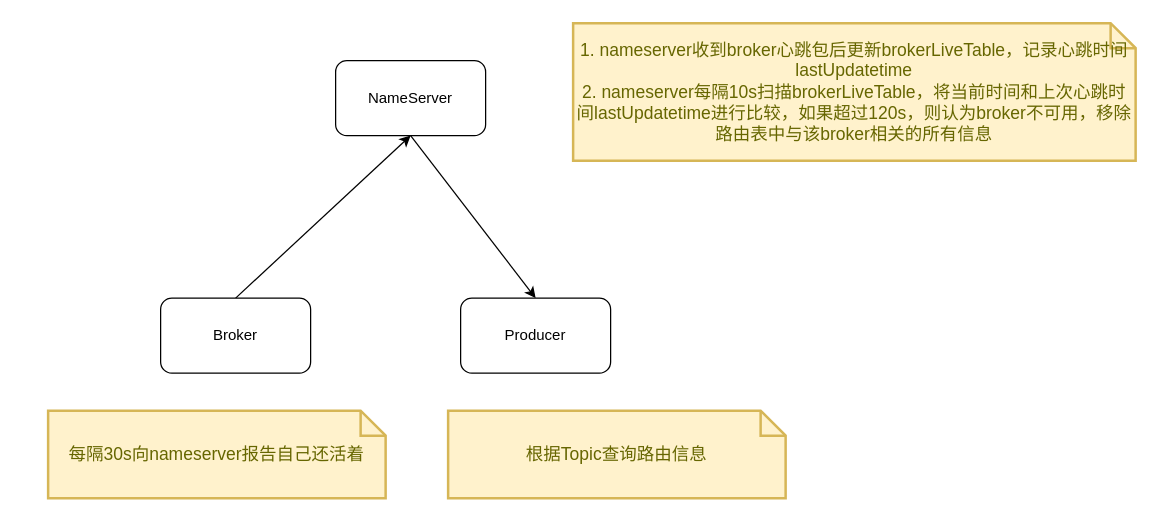
Above: rocketmq/nameserver工作原理.drawio in erlieStar/diagrams (draw.io), before the change. Source tidied: cells renumbered, new cells numbered last; positions are measured from the earlier drawing's top-left corner, leaving out a move shared by most shapes. Both pictures are drawn from the tidied source at 125%, with x=0, y=0 at pixel (48, 22).
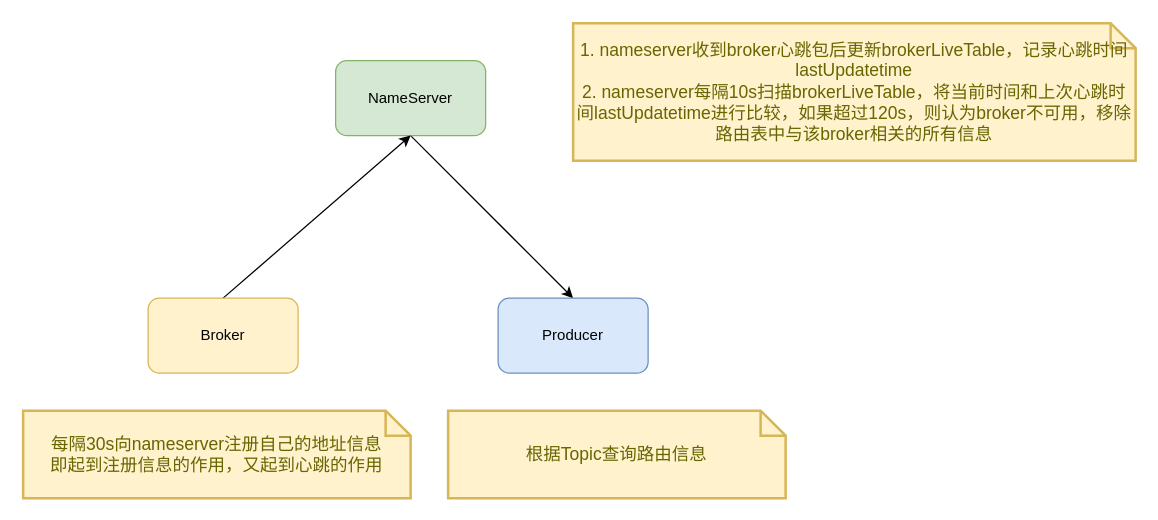
Above is the later version.

The edit, as a diff of the source:
```diff
@@
 <mxGraphModel>
   <root>
     <mxCell id="0" />
     <mxCell id="1" parent="0" />
     <mxCell id="2" style="edgeStyle=none;rounded=0;jettySize=auto;html=1;exitX=0.5;exitY=1;exitDx=0;exitDy=0;entryX=0.5;entryY=0;entryDx=0;entryDy=0;" parent="1" edge="1" source="3" target="6">
       <mxGeometry relative="1" as="geometry" />
     </mxCell>
-    <mxCell id="3" value="NameServer" style="rounded=1;whiteSpace=wrap;html=1;" parent="1" vertex="1">
+    <mxCell id="3" value="NameServer" style="rounded=1;whiteSpace=wrap;html=1;fillColor=#d5e8d4;strokeColor=#82b366;" parent="1" vertex="1">
       <mxGeometry x="230" y="30" width="120" height="60" as="geometry" />
     </mxCell>
     <mxCell id="4" style="rounded=0;jettySize=auto;html=1;exitX=0.5;exitY=0;exitDx=0;exitDy=0;entryX=0.5;entryY=1;entryDx=0;entryDy=0;" parent="1" edge="1" source="5" target="3">
       <mxGeometry relative="1" as="geometry" />
     </mxCell>
-    <mxCell id="5" value="Broker" style="rounded=1;whiteSpace=wrap;html=1;" parent="1" vertex="1">
-      <mxGeometry x="90" y="220" width="120" height="60" as="geometry" />
+    <mxCell id="5" value="Broker" style="rounded=1;whiteSpace=wrap;html=1;fillColor=#fff2cc;strokeColor=#d6b656;" parent="1" vertex="1">
+      <mxGeometry x="80" y="220" width="120" height="60" as="geometry" />
     </mxCell>
-    <mxCell id="6" value="Producer" style="rounded=1;whiteSpace=wrap;html=1;" parent="1" vertex="1">
-      <mxGeometry x="330" y="220" width="120" height="60" as="geometry" />
+    <mxCell id="6" value="Producer" style="rounded=1;whiteSpace=wrap;html=1;fillColor=#dae8fc;strokeColor=#6c8ebf;" parent="1" vertex="1">
+      <mxGeometry x="360" y="220" width="120" height="60" as="geometry" />
     </mxCell>
-    <mxCell id="7" value="每隔30s向nameserver报告自己还活着" style="shape=note;strokeWidth=2;fontSize=14;size=20;whiteSpace=wrap;html=1;fillColor=#fff2cc;strokeColor=#d6b656;fontColor=#666600;" parent="1" vertex="1">
-      <mxGeometry y="310" width="270" height="70" as="geometry" />
+    <mxCell id="7" value="每隔30s向nameserver注册自己的地址信息&lt;br&gt;即起到注册信息的作用，又起到心跳的作用" style="shape=note;strokeWidth=2;fontSize=14;size=20;whiteSpace=wrap;html=1;fillColor=#fff2cc;strokeColor=#d6b656;fontColor=#666600;" parent="1" vertex="1">
+      <mxGeometry x="-20" y="310" width="310" height="70" as="geometry" />
     </mxCell>
     <mxCell id="8" value="根据Topic查询路由信息" style="shape=note;strokeWidth=2;fontSize=14;size=20;whiteSpace=wrap;html=1;fillColor=#fff2cc;strokeColor=#d6b656;fontColor=#666600;" parent="1" vertex="1">
       <mxGeometry x="320" y="310" width="270" height="70" as="geometry" />
     </mxCell>
     <mxCell id="9" value="1. nameserver收到broker心跳包后更新brokerLiveTable，记录心跳时间&lt;br&gt;lastUpdatetime&lt;br&gt;2. nameserver每隔10s扫描brokerLiveTable，将当前时间和上次心跳时间lastUpdatetime进行比较，如果超过120s，则认为broker不可用，移除路由表中与该broker相关的所有信息" style="shape=note;strokeWidth=2;fontSize=14;size=20;whiteSpace=wrap;html=1;fillColor=#fff2cc;strokeColor=#d6b656;fontColor=#666600;" parent="1" vertex="1">
       <mxGeometry x="420" width="450" height="110" as="geometry" />
     </mxCell>
   </root>
 </mxGraphModel>
```
